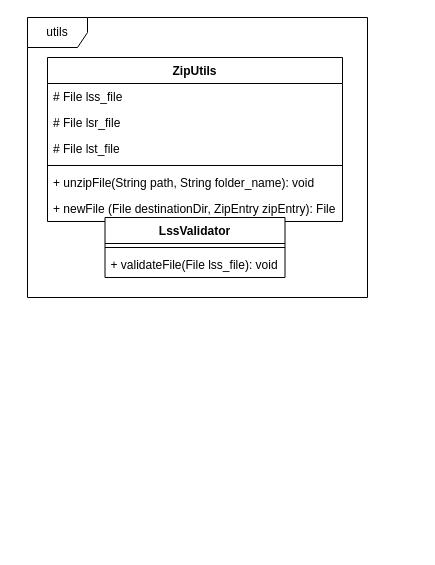
Earlier version of the draw.io diagram img/drawio/cls_utils.drawio (Delzye/bachelors_thesis_anton_mende). Source tidied: cells renumbered, new cells numbered last; positions are measured from the earlier drawing's top-left corner, leaving out a move shared by most shapes. Both pictures are drawn from the tidied source at 100%, with x=0, y=0 at pixel (27, 17).
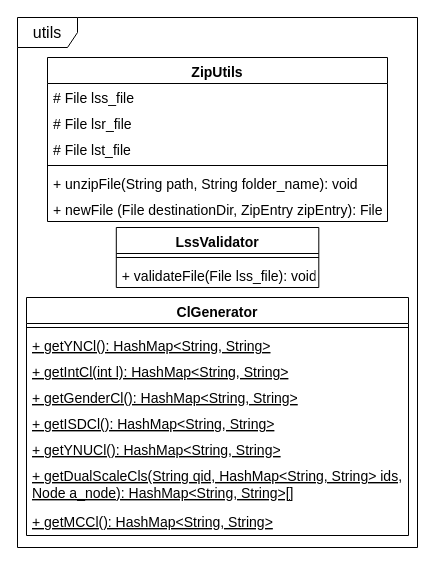
The same diagram, later.

Diff of the diagram source:
```diff
@@
-    <mxCell id="2" value="utils" style="shape=umlFrame;whiteSpace=wrap;html=1;" parent="1" vertex="1">
-      <mxGeometry width="340" height="280" as="geometry" />
+    <mxCell id="2" value="&lt;font style=&quot;font-size: 16px&quot;&gt;utils&lt;/font&gt;" style="shape=umlFrame;whiteSpace=wrap;html=1;" parent="1" vertex="1">
+      <mxGeometry x="-10" width="400" height="530" as="geometry" />
     </mxCell>
-    <mxCell id="3" value="ZipUtils" style="swimlane;fontStyle=1;align=center;verticalAlign=top;horizontal=1;startSize=26;" parent="1" vertex="1">
-      <mxGeometry x="20" y="40" width="295" height="164" as="geometry" />
+    <mxCell id="3" value="ZipUtils" style="swimlane;fontStyle=1;align=center;verticalAlign=top;horizontal=1;startSize=26;fontSize=14;" parent="1" vertex="1">
+      <mxGeometry x="20" y="40" width="340" height="164" as="geometry" />
     </mxCell>
-    <mxCell id="4" value="# File lss_file" style="text;strokeColor=none;fillColor=none;align=left;verticalAlign=top;spacingLeft=4;spacingRight=4;overflow=hidden;" parent="3" vertex="1">
-      <mxGeometry y="26" width="295" height="26" as="geometry" />
+    <mxCell id="4" value="# File lss_file" style="text;strokeColor=none;fillColor=none;align=left;verticalAlign=top;spacingLeft=4;spacingRight=4;overflow=hidden;fontSize=14;" parent="3" vertex="1">
+      <mxGeometry y="26" width="340" height="26" as="geometry" />
     </mxCell>
-    <mxCell id="5" value="# File lsr_file" style="text;strokeColor=none;fillColor=none;align=left;verticalAlign=top;spacingLeft=4;spacingRight=4;overflow=hidden;" parent="3" vertex="1">
-      <mxGeometry y="52" width="295" height="26" as="geometry" />
+    <mxCell id="5" value="# File lsr_file" style="text;strokeColor=none;fillColor=none;align=left;verticalAlign=top;spacingLeft=4;spacingRight=4;overflow=hidden;fontSize=14;" parent="3" vertex="1">
+      <mxGeometry y="52" width="340" height="26" as="geometry" />
     </mxCell>
-    <mxCell id="6" value="# File lst_file" style="text;strokeColor=none;fillColor=none;align=left;verticalAlign=top;spacingLeft=4;spacingRight=4;overflow=hidden;" parent="3" vertex="1">
-      <mxGeometry y="78" width="295" height="26" as="geometry" />
+    <mxCell id="6" value="# File lst_file" style="text;strokeColor=none;fillColor=none;align=left;verticalAlign=top;spacingLeft=4;spacingRight=4;overflow=hidden;fontSize=14;" parent="3" vertex="1">
+      <mxGeometry y="78" width="340" height="26" as="geometry" />
     </mxCell>
     <mxCell id="7" style="line;strokeWidth=1;fillColor=none;align=left;verticalAlign=middle;spacingTop=-1;spacingLeft=3;spacingRight=3;labelPosition=right;" parent="3" vertex="1">
-      <mxGeometry y="104" width="295" height="8" as="geometry" />
+      <mxGeometry y="104" width="340" height="8" as="geometry" />
     </mxCell>
-    <mxCell id="8" value="+ unzipFile(String path, String folder_name): void" style="text;strokeColor=none;fillColor=none;align=left;verticalAlign=top;spacingLeft=4;spacingRight=4;overflow=hidden;" parent="3" vertex="1">
-      <mxGeometry y="112" width="295" height="26" as="geometry" />
+    <mxCell id="8" value="+ unzipFile(String path, String folder_name): void" style="text;strokeColor=none;fillColor=none;align=left;verticalAlign=top;spacingLeft=4;spacingRight=4;overflow=hidden;fontSize=14;" parent="3" vertex="1">
+      <mxGeometry y="112" width="340" height="26" as="geometry" />
     </mxCell>
-    <mxCell id="9" value="+ newFile (File destinationDir, ZipEntry zipEntry): File" style="text;strokeColor=none;fillColor=none;align=left;verticalAlign=top;spacingLeft=4;spacingRight=4;overflow=hidden;" parent="3" vertex="1">
-      <mxGeometry y="138" width="295" height="26" as="geometry" />
+    <mxCell id="9" value="+ newFile (File destinationDir, ZipEntry zipEntry): File" style="text;strokeColor=none;fillColor=none;align=left;verticalAlign=top;spacingLeft=4;spacingRight=4;overflow=hidden;fontSize=14;" parent="3" vertex="1">
+      <mxGeometry y="138" width="340" height="26" as="geometry" />
     </mxCell>
-    <mxCell id="10" value="LssValidator" style="swimlane;fontStyle=1;align=center;verticalAlign=top;horizontal=1;startSize=26;" parent="1" vertex="1">
-      <mxGeometry x="77.5" y="200" width="180" height="60" as="geometry" />
+    <mxCell id="10" value="LssValidator" style="swimlane;fontStyle=1;align=center;verticalAlign=top;horizontal=1;startSize=26;fontSize=14;" parent="1" vertex="1">
+      <mxGeometry x="88.8" y="210" width="202.5" height="60" as="geometry" />
     </mxCell>
     <mxCell id="11" style="line;strokeWidth=1;fillColor=none;align=left;verticalAlign=middle;spacingTop=-1;spacingLeft=3;spacingRight=3;labelPosition=right;" parent="10" vertex="1">
-      <mxGeometry y="26" width="180" height="8" as="geometry" />
+      <mxGeometry y="26" width="202.5" height="8" as="geometry" />
     </mxCell>
-    <mxCell id="12" value="+ validateFile(File lss_file): void" style="text;strokeColor=none;fillColor=none;align=left;verticalAlign=top;spacingLeft=4;spacingRight=4;overflow=hidden;" parent="10" vertex="1">
-      <mxGeometry y="34" width="180" height="26" as="geometry" />
+    <mxCell id="12" value="+ validateFile(File lss_file): void" style="text;strokeColor=none;fillColor=none;align=left;verticalAlign=top;spacingLeft=4;spacingRight=4;overflow=hidden;fontSize=14;" parent="10" vertex="1">
+      <mxGeometry y="34" width="202.5" height="26" as="geometry" />
     </mxCell>
+    <mxCell id="13" value="ClGenerator" style="swimlane;fontStyle=1;align=center;verticalAlign=top;horizontal=1;startSize=26;fontSize=14;" parent="1" vertex="1">
+      <mxGeometry x="-1" y="280" width="382" height="238" as="geometry" />
+    </mxCell>
+    <mxCell id="14" style="line;strokeWidth=1;fillColor=none;align=left;verticalAlign=middle;spacingTop=-1;spacingLeft=3;spacingRight=3;labelPosition=right;" parent="13" vertex="1">
+      <mxGeometry y="26" width="382" height="8" as="geometry" />
+    </mxCell>
+    <mxCell id="15" value="+ getYNCl(): HashMap&lt;String, String&gt;" style="text;strokeColor=none;fillColor=none;align=left;verticalAlign=top;spacingLeft=4;spacingRight=4;overflow=hidden;fontSize=14;fontStyle=4;" parent="13" vertex="1">
+      <mxGeometry y="34" width="382" height="26" as="geometry" />
+    </mxCell>
+    <mxCell id="16" value="+ getIntCl(int l): HashMap&lt;String, String&gt;" style="text;strokeColor=none;fillColor=none;align=left;verticalAlign=top;spacingLeft=4;spacingRight=4;overflow=hidden;fontSize=14;fontStyle=4;" parent="13" vertex="1">
+      <mxGeometry y="60" width="382" height="26" as="geometry" />
+    </mxCell>
+    <mxCell id="17" value="+ getGenderCl(): HashMap&lt;String, String&gt;" style="text;strokeColor=none;fillColor=none;align=left;verticalAlign=top;spacingLeft=4;spacingRight=4;overflow=hidden;fontSize=14;fontStyle=4;" parent="13" vertex="1">
+      <mxGeometry y="86" width="382" height="26" as="geometry" />
+    </mxCell>
+    <mxCell id="18" value="+ getISDCl(): HashMap&lt;String, String&gt;" style="text;strokeColor=none;fillColor=none;align=left;verticalAlign=top;spacingLeft=4;spacingRight=4;overflow=hidden;fontSize=14;fontStyle=4;" parent="13" vertex="1">
+      <mxGeometry y="112" width="382" height="26" as="geometry" />
+    </mxCell>
+    <mxCell id="19" value="+ getYNUCl(): HashMap&lt;String, String&gt;" style="text;strokeColor=none;fillColor=none;align=left;verticalAlign=top;spacingLeft=4;spacingRight=4;overflow=hidden;fontSize=14;fontStyle=4;" parent="13" vertex="1">
+      <mxGeometry y="138" width="382" height="26" as="geometry" />
+    </mxCell>
+    <mxCell id="20" value="+ getDualScaleCls(String qid, HashMap&lt;String, String&gt; ids,&#10;Node a_node): HashMap&lt;String, String&gt;[]" style="text;strokeColor=none;fillColor=none;align=left;verticalAlign=top;spacingLeft=4;spacingRight=4;overflow=hidden;fontSize=14;fontStyle=4;" parent="13" vertex="1">
+      <mxGeometry y="164" width="382" height="46" as="geometry" />
+    </mxCell>
+    <mxCell id="21" value="+ getMCCl(): HashMap&lt;String, String&gt;" style="text;strokeColor=none;fillColor=none;align=left;verticalAlign=top;spacingLeft=4;spacingRight=4;overflow=hidden;fontSize=14;fontStyle=4;" parent="13" vertex="1">
+      <mxGeometry y="210" width="382" height="28" as="geometry" />
+    </mxCell>
```
